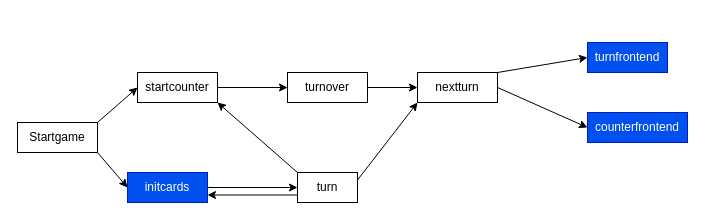
The draw.io diagram diagrama_clases.dio in aPelCinc/aPelCinc, before the edit. Source tidied: cells renumbered, new cells numbered last; positions are measured from the earlier drawing's top-left corner, leaving out a move shared by most shapes. Both pictures are drawn from the tidied source at 100%, with x=0, y=0 at pixel (17, 42).
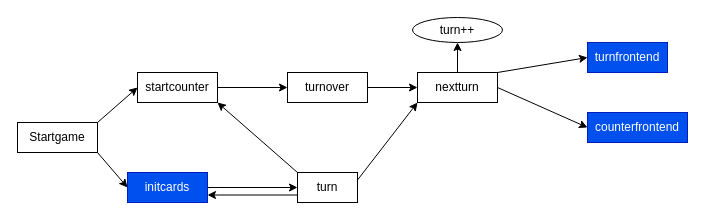
The same diagram, later.

Commit message (it also covers changes not shown here):
try to fix turn skip

Unchanged cells that the change refers to:
```xml
<mxCell id="11" value="nextturn" style="rounded=0;whiteSpace=wrap;html=1;" parent="1" vertex="1">
  <mxGeometry x="400" y="30" width="80" height="30" as="geometry" />
</mxCell>
```

Change to the diagram source:
```diff
@@
+    <mxCell id="20" style="edgeStyle=none;html=1;" parent="1" edge="1" source="11" target="21">
+      <mxGeometry relative="1" as="geometry" />
+    </mxCell>
@@
+    <mxCell id="21" value="turn++" style="ellipse;whiteSpace=wrap;html=1;rounded=0;" parent="1" vertex="1">
+      <mxGeometry x="395" y="-25" width="90" height="25" as="geometry" />
+    </mxCell>
```
